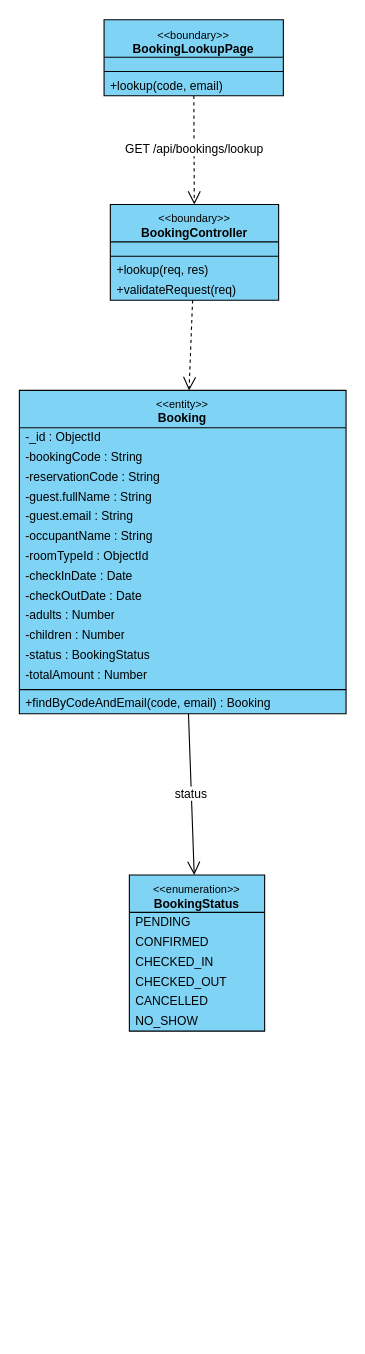
This is final/diagrams/M3_Booking-And-Customer_Diagrams/class_diagrams/CD-12_UC-G13_CheckBookingStatus.drawio from toikobi401/SWD392, a draw.io file, before an edit. Source tidied: cells renumbered, new cells numbered last; positions are measured from the earlier drawing's top-left corner, leaving out a move shared by most shapes. Both pictures are drawn from the tidied source at 110%, with x=0, y=0 at pixel (19, 19).
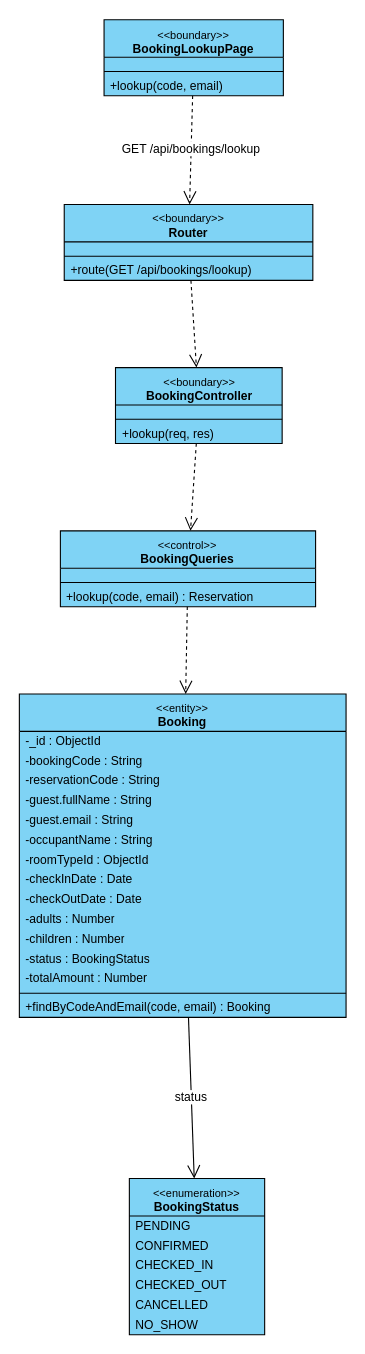
Above is the later version.

Unchanged cells that the change refers to:
```xml
<mxCell id="2" value="&lt;font style=&quot;font-size:10px&quot;&gt;&amp;lt;&amp;lt;boundary&amp;gt;&amp;gt;&lt;/font&gt;&lt;br&gt;&lt;b&gt;BookingLookupPage&lt;/b&gt;" style="swimlane;fontStyle=0;align=center;verticalAlign=top;horizontal=1;startSize=34;html=1;whiteSpace=wrap;fontSize=11;fillColor=#7fd3f5;swimlaneFillColor=#7fd3f5;strokeColor=#000000;" parent="1" vertex="1">
  <mxGeometry x="77.1" y="0.5" width="163" height="69" as="geometry" />
</mxCell>
```

What changed in the source:
```diff
@@
+    <mxCell id="37" value="&lt;font style=&quot;font-size:10px&quot;&gt;&amp;lt;&amp;lt;boundary&amp;gt;&amp;gt;&lt;/font&gt;&lt;br&gt;&lt;b&gt;Router&lt;/b&gt;" style="swimlane;fontStyle=0;align=center;verticalAlign=top;horizontal=1;startSize=34;html=1;whiteSpace=wrap;fontSize=11;fillColor=#7fd3f5;swimlaneFillColor=#7fd3f5;strokeColor=#000000;" parent="1" vertex="1">
+      <mxGeometry x="40.9" y="168.4" width="226" height="69" as="geometry" />
+    </mxCell>
+    <mxCell id="38" style="text;strokeColor=none;fillColor=none;html=1;" parent="37" vertex="1">
+      <mxGeometry y="34" width="226" height="9" as="geometry" />
+    </mxCell>
+    <mxCell id="39" style="line;strokeWidth=1;fillColor=none;align=left;verticalAlign=middle;spacingTop=-1;spacingLeft=3;spacingRight=3;labelPosition=right;strokeColor=#000000;" parent="37" vertex="1">
+      <mxGeometry y="43" width="226" height="8" as="geometry" />
+    </mxCell>
+    <mxCell id="40" value="+route(GET /api/bookings/lookup)" style="text;strokeColor=none;fillColor=none;align=left;verticalAlign=middle;spacingLeft=4;spacingRight=4;overflow=hidden;whiteSpace=nowrap;html=1;fontSize=11;" parent="37" vertex="1">
+      <mxGeometry y="51" width="226" height="18" as="geometry" />
+    </mxCell>
     <mxCell id="6" value="&lt;font style=&quot;font-size:10px&quot;&gt;&amp;lt;&amp;lt;boundary&amp;gt;&amp;gt;&lt;/font&gt;&lt;br&gt;&lt;b&gt;BookingController&lt;/b&gt;" style="swimlane;fontStyle=0;align=center;verticalAlign=top;horizontal=1;startSize=34;html=1;whiteSpace=wrap;fontSize=11;fillColor=#7fd3f5;swimlaneFillColor=#7fd3f5;strokeColor=#000000;" parent="1" vertex="1">
-      <mxGeometry x="82.8" y="168.4" width="153" height="87" as="geometry" />
+      <mxGeometry x="87.5" y="316.7" width="151.5" height="69" as="geometry" />
     </mxCell>
-    <mxCell id="7" style="text;strokeColor=none;fillColor=none;html=1;" parent="6" vertex="1">
-      <mxGeometry y="34" width="153" height="9" as="geometry" />
-    </mxCell>
-    <mxCell id="8" style="line;strokeWidth=1;fillColor=none;align=left;verticalAlign=middle;spacingTop=-1;spacingLeft=3;spacingRight=3;labelPosition=right;strokeColor=#000000;" parent="6" vertex="1">
-      <mxGeometry y="43" width="153" height="8" as="geometry" />
-    </mxCell>
+    <mxCell id="41" style="text;strokeColor=none;fillColor=none;html=1;" parent="6" vertex="1">
+      <mxGeometry y="34" width="151.5" height="9" as="geometry" />
+    </mxCell>
+    <mxCell id="42" style="line;strokeWidth=1;fillColor=none;align=left;verticalAlign=middle;spacingTop=-1;spacingLeft=3;spacingRight=3;labelPosition=right;strokeColor=#000000;" parent="6" vertex="1">
+      <mxGeometry y="43" width="151.5" height="8" as="geometry" />
+    </mxCell>
     <mxCell id="9" value="+lookup(req, res)" style="text;strokeColor=none;fillColor=none;align=left;verticalAlign=middle;spacingLeft=4;spacingRight=4;overflow=hidden;whiteSpace=nowrap;html=1;fontSize=11;" parent="6" vertex="1">
-      <mxGeometry y="51" width="153" height="18" as="geometry" />
+      <mxGeometry y="51" width="151.5" height="18" as="geometry" />
     </mxCell>
-    <mxCell id="10" value="+validateRequest(req)" style="text;strokeColor=none;fillColor=none;align=left;verticalAlign=middle;spacingLeft=4;spacingRight=4;overflow=hidden;whiteSpace=nowrap;html=1;fontSize=11;" parent="6" vertex="1">
-      <mxGeometry y="69" width="153" height="18" as="geometry" />
-    </mxCell>
+    <mxCell id="43" value="&lt;font style=&quot;font-size:10px&quot;&gt;&amp;lt;&amp;lt;control&amp;gt;&amp;gt;&lt;/font&gt;&lt;br&gt;&lt;b&gt;BookingQueries&lt;/b&gt;" style="swimlane;fontStyle=0;align=center;verticalAlign=top;horizontal=1;startSize=34;html=1;whiteSpace=wrap;fontSize=11;fillColor=#7fd3f5;swimlaneFillColor=#7fd3f5;strokeColor=#000000;" parent="1" vertex="1">
+      <mxGeometry x="37.4" y="465.1" width="232" height="69" as="geometry" />
+    </mxCell>
+    <mxCell id="44" style="text;strokeColor=none;fillColor=none;html=1;" parent="43" vertex="1">
+      <mxGeometry y="34" width="232" height="9" as="geometry" />
+    </mxCell>
+    <mxCell id="45" style="line;strokeWidth=1;fillColor=none;align=left;verticalAlign=middle;spacingTop=-1;spacingLeft=3;spacingRight=3;labelPosition=right;strokeColor=#000000;" parent="43" vertex="1">
+      <mxGeometry y="43" width="232" height="8" as="geometry" />
+    </mxCell>
+    <mxCell id="46" value="+lookup(code, email) : Reservation" style="text;strokeColor=none;fillColor=none;align=left;verticalAlign=middle;spacingLeft=4;spacingRight=4;overflow=hidden;whiteSpace=nowrap;html=1;fontSize=11;" parent="43" vertex="1">
+      <mxGeometry y="51" width="232" height="18" as="geometry" />
+    </mxCell>
     <mxCell id="11" value="&lt;font style=&quot;font-size:10px&quot;&gt;&amp;lt;&amp;lt;entity&amp;gt;&amp;gt;&lt;/font&gt;&lt;br&gt;&lt;b&gt;Booking&lt;/b&gt;" style="swimlane;fontStyle=0;align=center;verticalAlign=top;horizontal=1;startSize=34;html=1;whiteSpace=wrap;fontSize=11;fillColor=#7fd3f5;swimlaneFillColor=#7fd3f5;strokeColor=#000000;" parent="1" vertex="1">
-      <mxGeometry x="0.1" y="337.4" width="297" height="294" as="geometry" />
+      <mxGeometry x="0.1" y="613.4" width="297" height="294" as="geometry" />
     </mxCell>
@@
     <mxCell id="27" value="&lt;font style=&quot;font-size:10px&quot;&gt;&amp;lt;&amp;lt;enumeration&amp;gt;&amp;gt;&lt;/font&gt;&lt;br&gt;&lt;b&gt;BookingStatus&lt;/b&gt;" style="swimlane;fontStyle=0;align=center;verticalAlign=top;horizontal=1;startSize=34;html=1;whiteSpace=wrap;fontSize=11;fillColor=#7fd3f5;swimlaneFillColor=#7fd3f5;strokeColor=#000000;" parent="1" vertex="1">
-      <mxGeometry x="100.1" y="777.9" width="123" height="142" as="geometry" />
+      <mxGeometry x="100.1" y="1053.9" width="123" height="142" as="geometry" />
     </mxCell>
@@
-    <mxCell id="34" value="GET /api/bookings/lookup" style="html=1;rounded=0;fontSize=11;labelBackgroundColor=#ffffff;dashed=1;endArrow=open;endSize=10;" parent="1" edge="1" source="2" target="6">
+    <mxCell id="34" value="GET /api/bookings/lookup" style="html=1;rounded=0;fontSize=11;labelBackgroundColor=#ffffff;dashed=1;endArrow=open;endSize=10;" parent="1" edge="1" source="2" target="37">
       <mxGeometry relative="1" as="geometry" />
     </mxCell>
-    <mxCell id="35" style="html=1;rounded=0;fontSize=11;labelBackgroundColor=#ffffff;dashed=1;endArrow=open;endSize=10;" parent="1" edge="1" source="6" target="11">
+    <mxCell id="35" style="html=1;rounded=0;fontSize=11;labelBackgroundColor=#ffffff;dashed=1;endArrow=open;endSize=10;" parent="1" edge="1" source="37" target="6">
       <mxGeometry relative="1" as="geometry" />
     </mxCell>
-    <mxCell id="36" value="status" style="html=1;rounded=0;fontSize=11;labelBackgroundColor=#ffffff;endArrow=open;endSize=10;" parent="1" edge="1" source="11" target="27">
+    <mxCell id="36" style="html=1;rounded=0;fontSize=11;labelBackgroundColor=#ffffff;dashed=1;endArrow=open;endSize=10;" parent="1" edge="1" source="6" target="43">
       <mxGeometry relative="1" as="geometry" />
     </mxCell>
+    <mxCell id="47" style="html=1;rounded=0;fontSize=11;labelBackgroundColor=#ffffff;dashed=1;endArrow=open;endSize=10;" parent="1" edge="1" source="43" target="11">
+      <mxGeometry relative="1" as="geometry" />
+    </mxCell>
+    <mxCell id="48" value="status" style="html=1;rounded=0;fontSize=11;labelBackgroundColor=#ffffff;endArrow=open;endSize=10;" parent="1" edge="1" source="11" target="27">
+      <mxGeometry relative="1" as="geometry" />
+    </mxCell>
```
